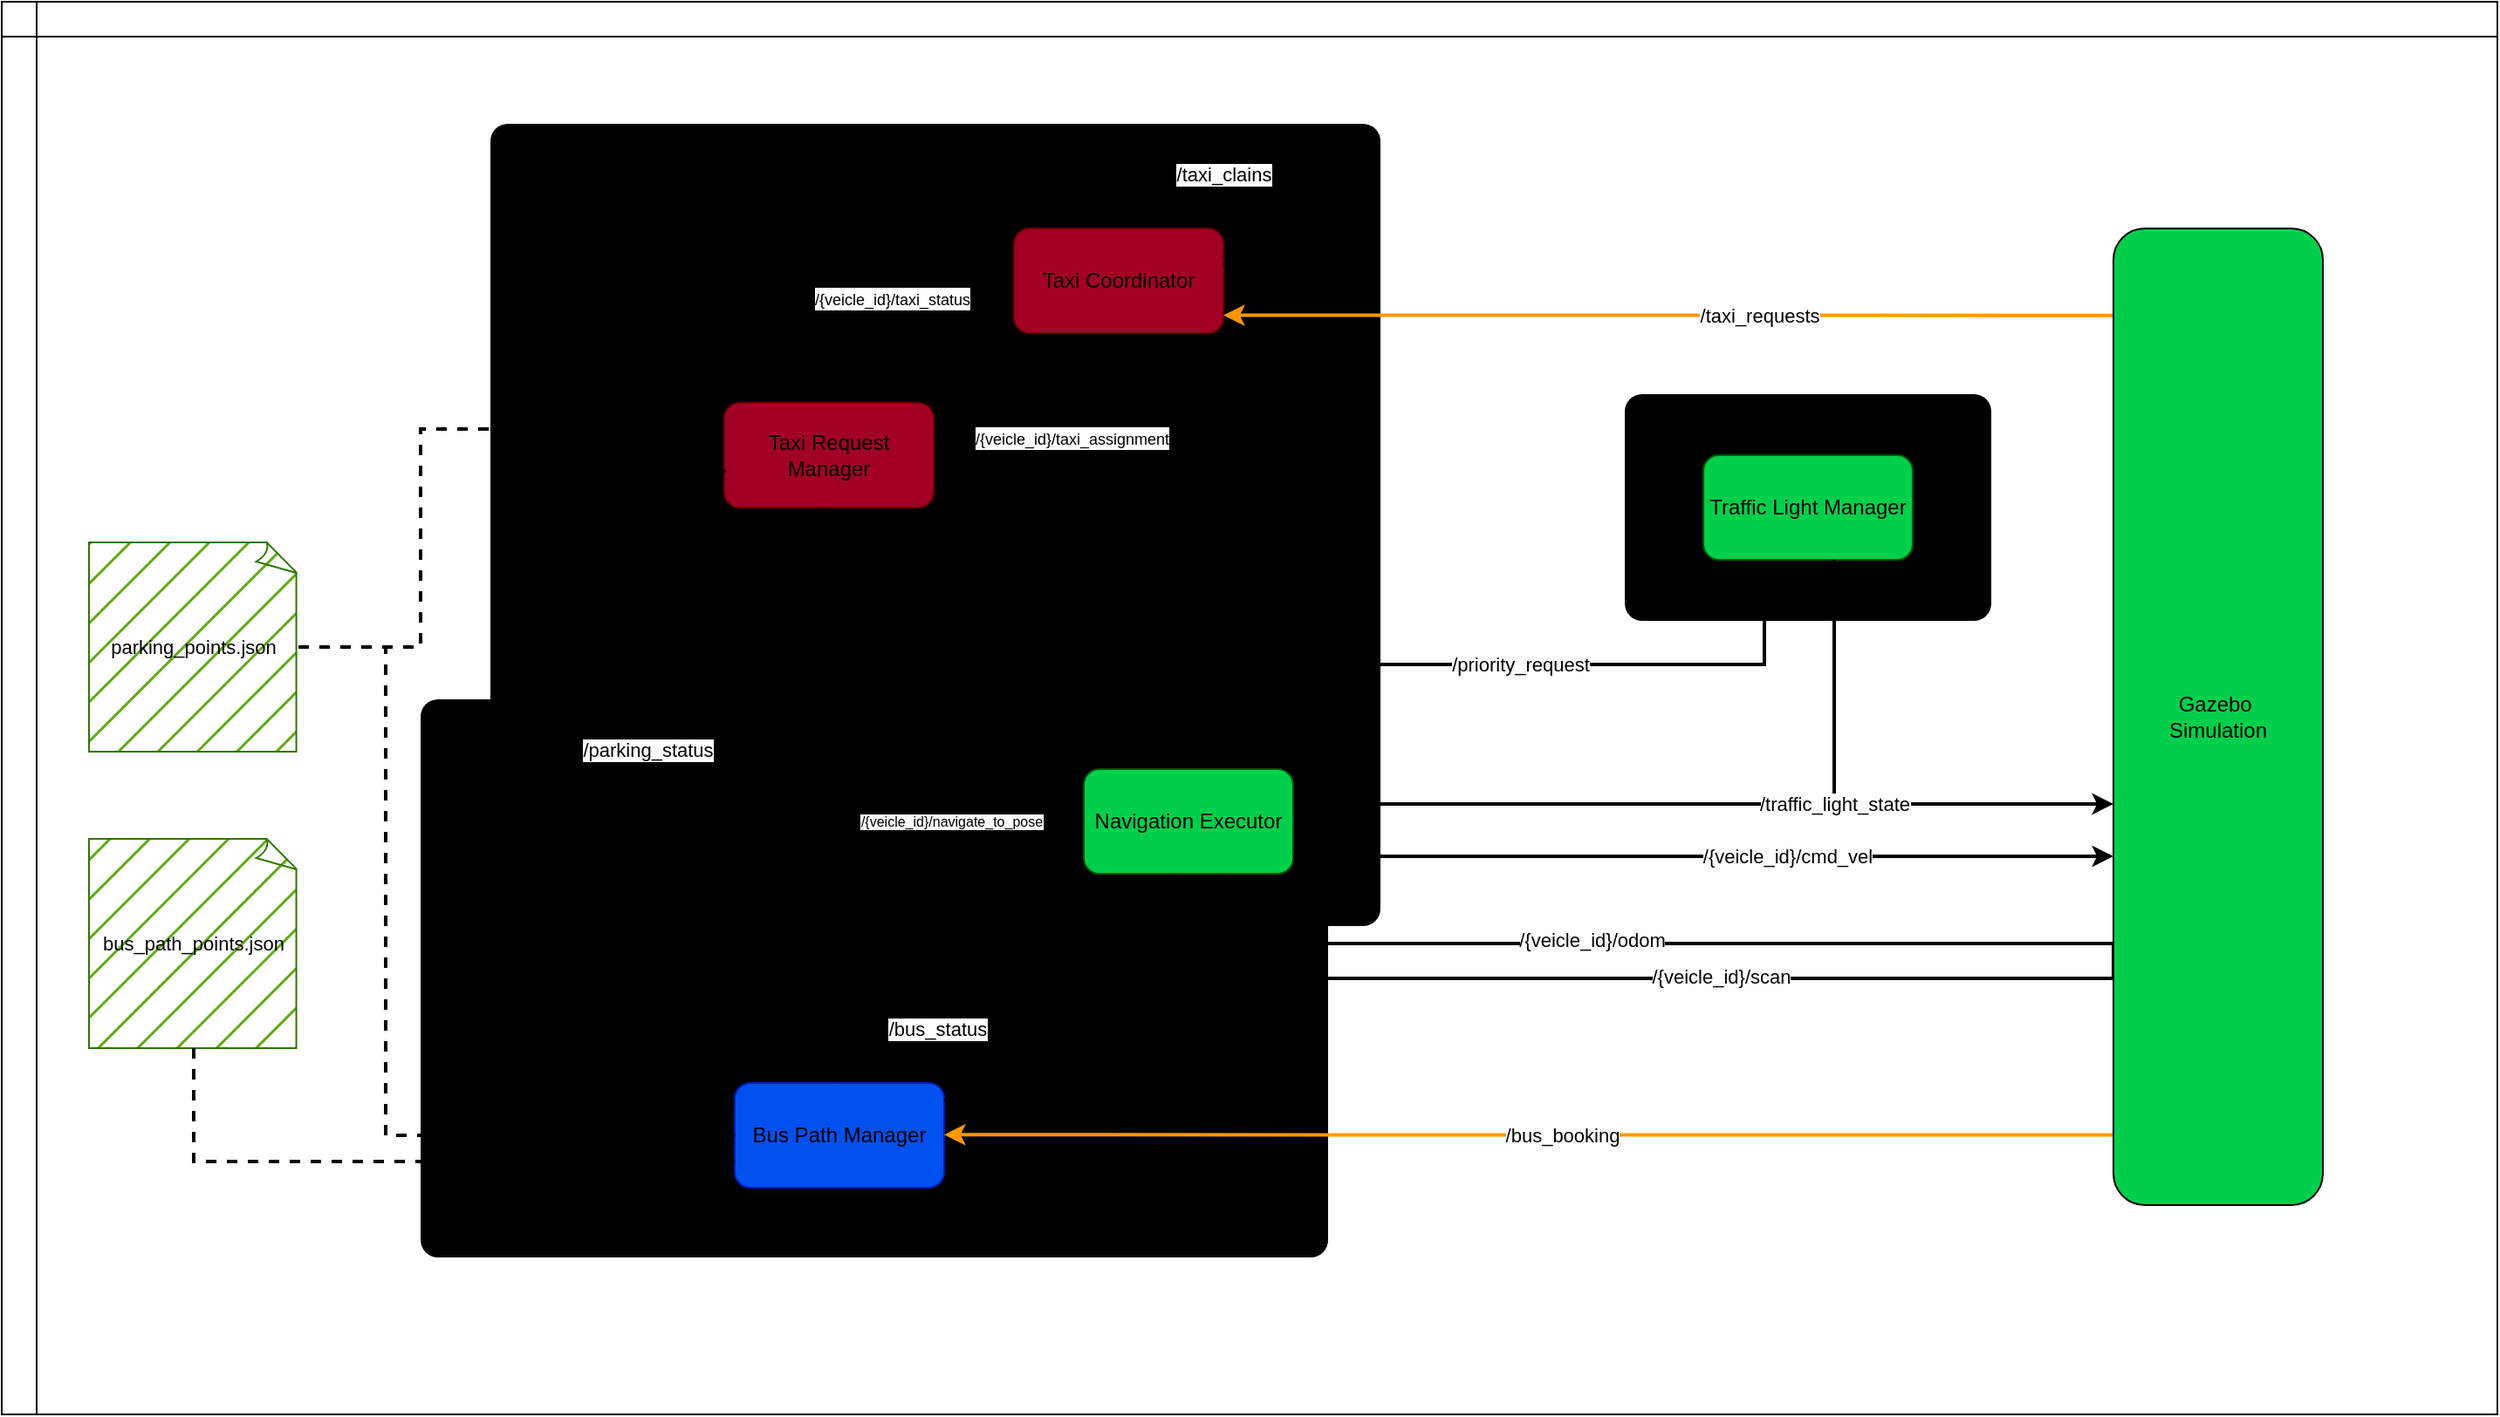
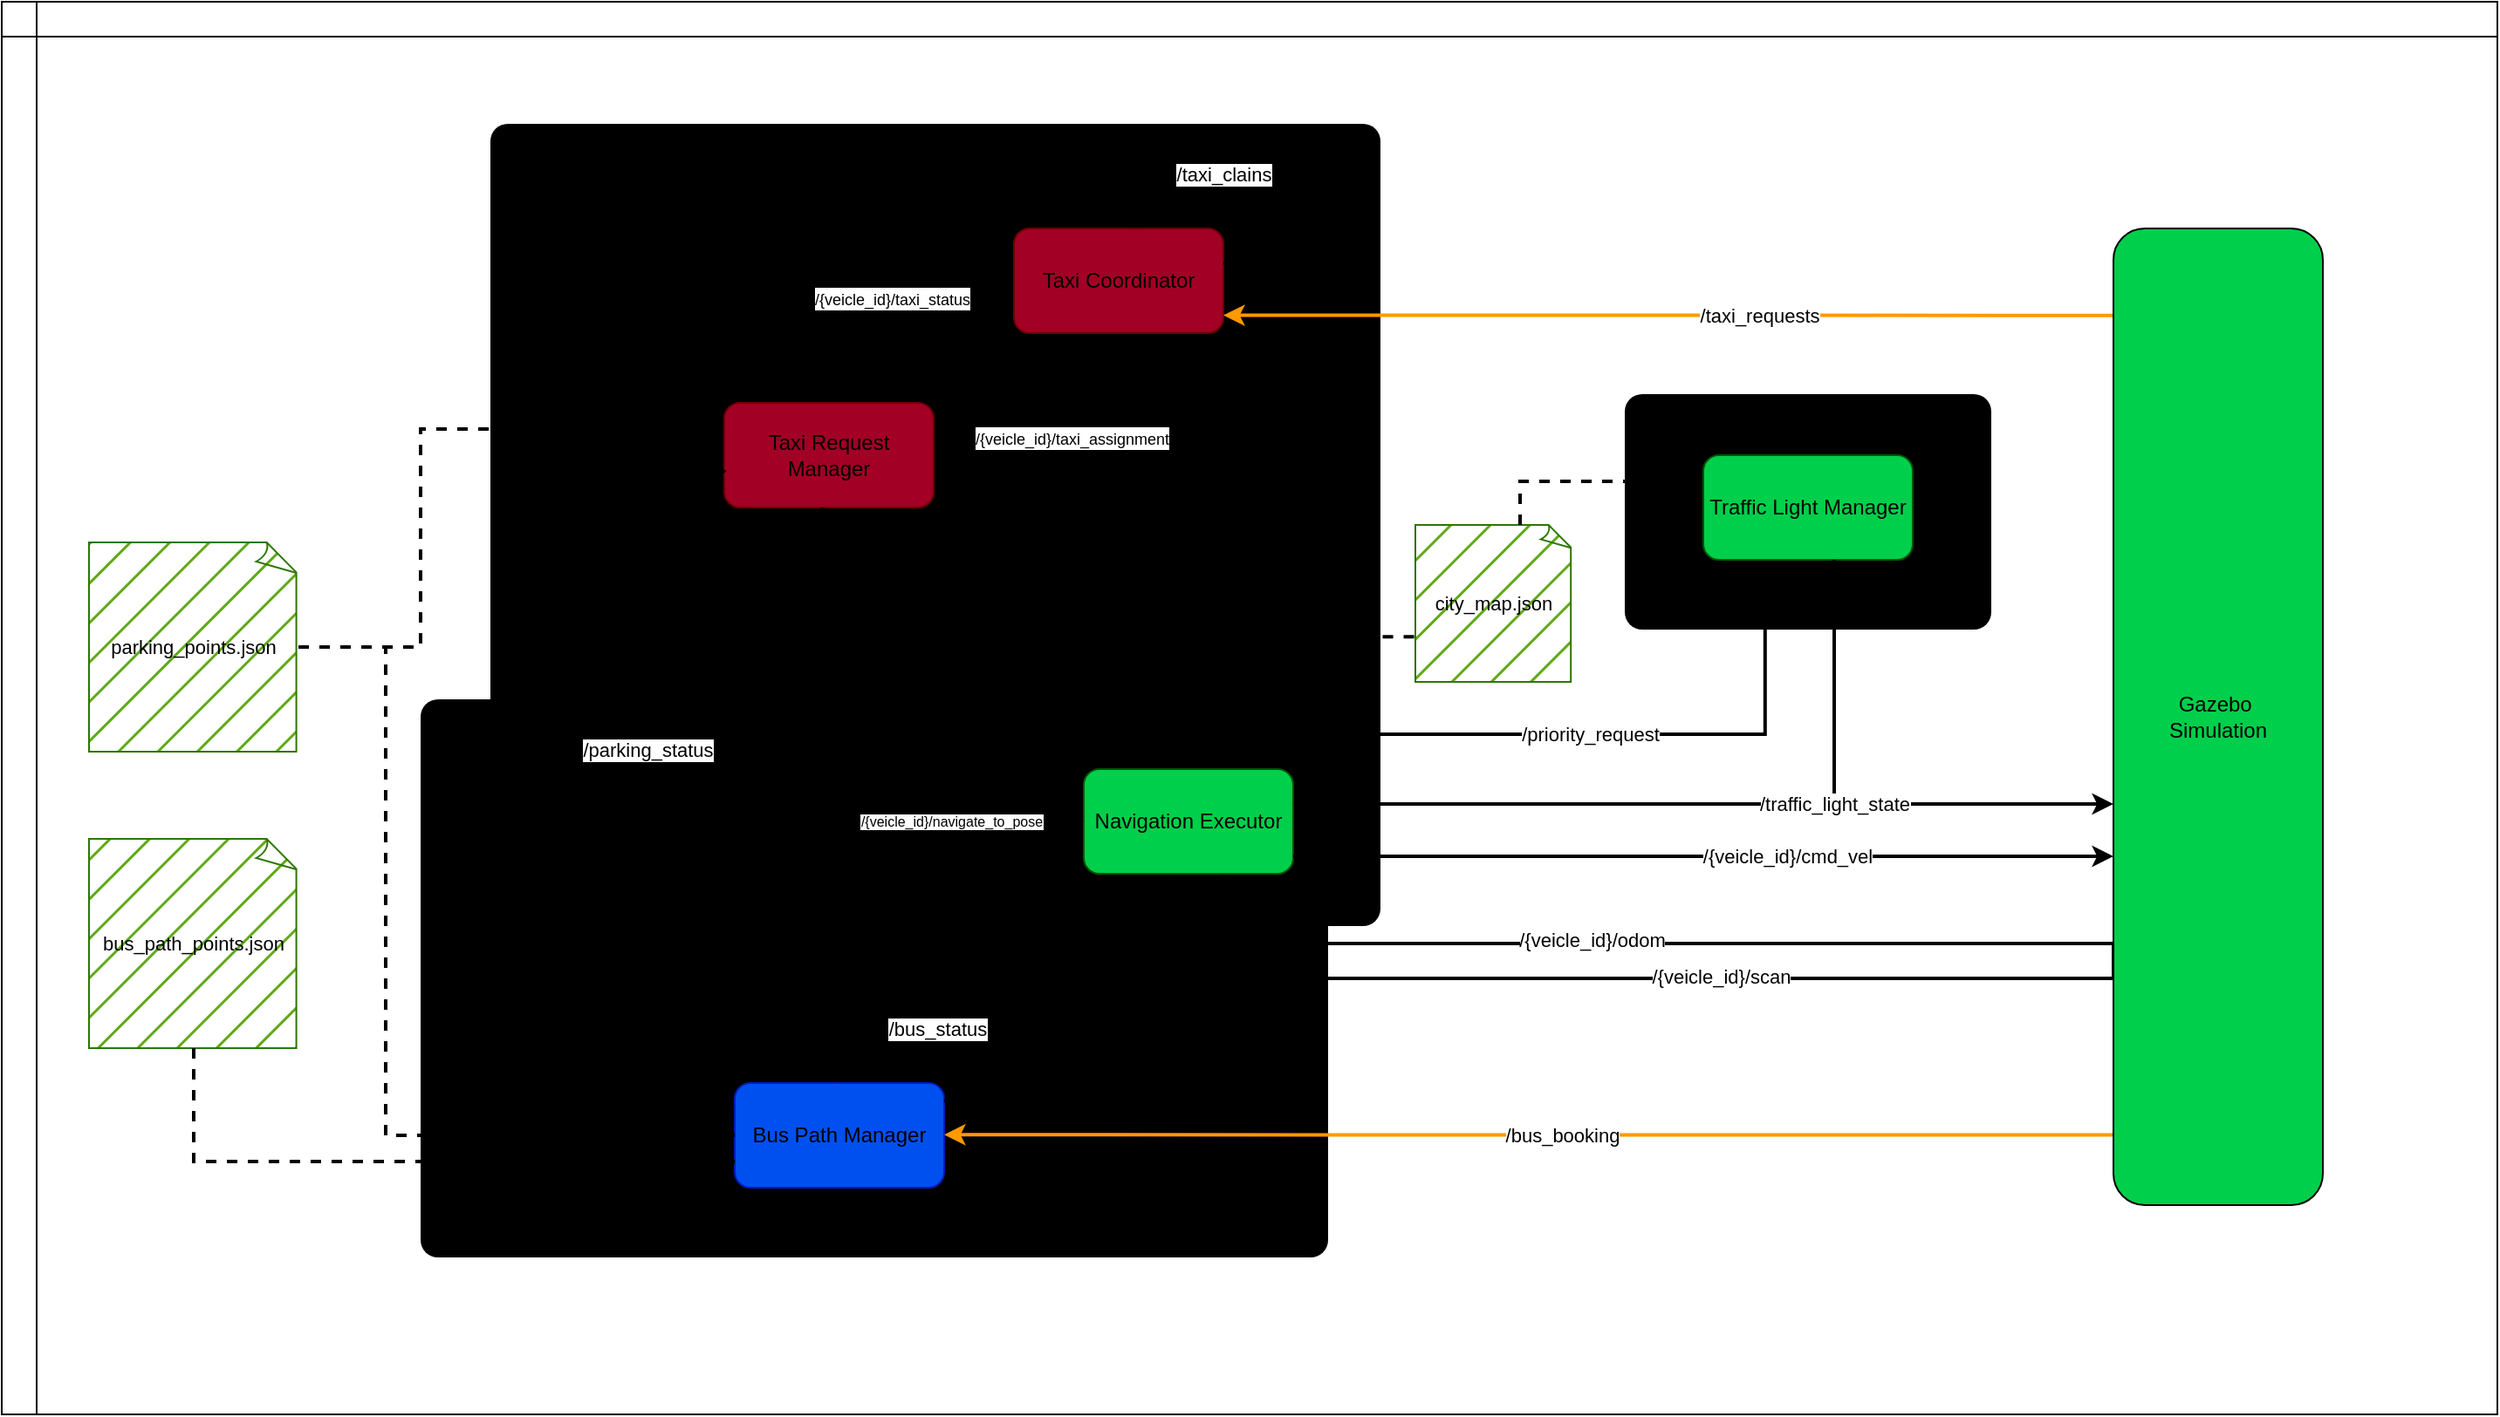
<mxfile host="app.diagrams.net">
  <diagram name="Pagina-1" id="BVCX1Z2pZBF1aMxrMhTO">
-     <mxGraphModel dx="2347" dy="1998" grid="1" gridSize="10" guides="1" tooltips="1" connect="1" arrows="1" fold="1" page="1" pageScale="1" pageWidth="827" pageHeight="1169" math="0" shadow="0">
+     <mxGraphModel dx="1686" dy="1638" grid="1" gridSize="10" guides="1" tooltips="1" connect="1" arrows="1" fold="1" page="1" pageScale="1" pageWidth="827" pageHeight="1169" math="0" shadow="0">
      <root>
        <mxCell id="0" />
        <mxCell id="1" parent="0" />
        <mxCell id="iIUiJenkvFwk8aNbWzbr-1" parent="1" style="shape=internalStorage;whiteSpace=wrap;html=1;backgroundOutline=1;strokeColor=light-dark(#000000,#4A4A4A);fillStyle=dots;" value="" vertex="1">
          <mxGeometry height="810" width="1430" x="-120" y="-210" as="geometry" />
        </mxCell>
        <mxCell id="g7s1D-YAluqxc9DfaqjA-5" parent="1" style="html=1;outlineConnect=0;whiteSpace=wrap;fillColor=light-dark(#000000,#4421CF);shape=mxgraph.archimate3.application;appType=workPackage;archiType=rounded;fillStyle=cross-hatch;strokeColor=none;" value="" vertex="1">
          <mxGeometry height="460" width="510" x="160" y="-140" as="geometry" />
        </mxCell>
        <mxCell id="g7s1D-YAluqxc9DfaqjA-17" parent="1" style="html=1;outlineConnect=0;whiteSpace=wrap;fillColor=light-dark(#000000,#CF881F);shape=mxgraph.archimate3.application;appType=workPackage;archiType=rounded;fillStyle=cross-hatch;strokeColor=none;" value="" vertex="1">
-           <mxGeometry height="130" width="210" x="810" y="15" as="geometry" />
+           <mxGeometry height="135" width="210" x="810" y="15" as="geometry" />
        </mxCell>
        <mxCell id="g7s1D-YAluqxc9DfaqjA-11" parent="1" style="html=1;outlineConnect=0;whiteSpace=wrap;fillColor=light-dark(#000000,#A82A32);shape=mxgraph.archimate3.application;appType=workPackage;archiType=rounded;fillStyle=cross-hatch;strokeColor=none;" value="" vertex="1">
          <mxGeometry height="320" width="520" x="120" y="190" as="geometry" />
        </mxCell>
        <mxCell id="6hpnGwHNhGZrO45cFF2S-23" edge="1" parent="1" source="6hpnGwHNhGZrO45cFF2S-2" style="edgeStyle=orthogonalEdgeStyle;rounded=0;orthogonalLoop=1;jettySize=auto;html=1;exitX=0.5;exitY=0;exitDx=0;exitDy=0;strokeColor=light-dark(#000000,#FF2B2B);strokeWidth=2;" target="6hpnGwHNhGZrO45cFF2S-5">
          <mxGeometry relative="1" as="geometry">
            <Array as="points">
              <mxPoint x="330" y="430" />
              <mxPoint x="330" y="260" />
            </Array>
          </mxGeometry>
        </mxCell>
        <mxCell id="6hpnGwHNhGZrO45cFF2S-2" parent="1" style="rounded=1;whiteSpace=wrap;html=1;fillColor=#0050ef;fontColor=#ffffff;strokeColor=#001DBC;" value="&lt;font style=&quot;color: light-dark(rgb(0, 0, 0), rgb(0, 0, 0));&quot;&gt;Bus Path Manager&lt;/font&gt;" vertex="1">
          <mxGeometry height="60" width="120" x="300" y="410" as="geometry" />
        </mxCell>
        <mxCell id="6hpnGwHNhGZrO45cFF2S-12" edge="1" parent="1" source="6hpnGwHNhGZrO45cFF2S-3" style="edgeStyle=orthogonalEdgeStyle;rounded=0;orthogonalLoop=1;jettySize=auto;html=1;strokeColor=light-dark(#000000,#2D8ED9);startSize=26;strokeWidth=2;" target="6hpnGwHNhGZrO45cFF2S-4">
          <mxGeometry relative="1" as="geometry">
            <Array as="points">
              <mxPoint x="320" y="-40" />
            </Array>
          </mxGeometry>
        </mxCell>
        <mxCell id="6hpnGwHNhGZrO45cFF2S-16" connectable="0" parent="6hpnGwHNhGZrO45cFF2S-12" style="edgeLabel;html=1;align=center;verticalAlign=middle;resizable=0;points=[];" value="&lt;font style=&quot;font-size: 9px;&quot;&gt;/{veicle_id}/taxi_status&lt;/font&gt;" vertex="1">
          <mxGeometry relative="1" x="0.147" y="2" as="geometry">
            <mxPoint x="15" y="2" as="offset" />
          </mxGeometry>
        </mxCell>
        <mxCell id="6hpnGwHNhGZrO45cFF2S-3" parent="1" style="rounded=1;whiteSpace=wrap;html=1;fillColor=#a20025;fontColor=#ffffff;strokeColor=#6F0000;" value="&lt;span&gt;&lt;font style=&quot;color: light-dark(rgb(0, 0, 0), rgb(0, 0, 0));&quot;&gt;Taxi Request Manager&lt;/font&gt;&lt;/span&gt;" vertex="1">
          <mxGeometry height="60" width="120" x="294" y="20" as="geometry" />
        </mxCell>
        <mxCell id="6hpnGwHNhGZrO45cFF2S-14" edge="1" parent="1" source="6hpnGwHNhGZrO45cFF2S-4" style="edgeStyle=orthogonalEdgeStyle;rounded=0;orthogonalLoop=1;jettySize=auto;html=1;strokeWidth=2;" target="6hpnGwHNhGZrO45cFF2S-3">
          <mxGeometry relative="1" as="geometry">
            <Array as="points">
              <mxPoint x="560" y="40" />
            </Array>
          </mxGeometry>
        </mxCell>
        <mxCell id="6hpnGwHNhGZrO45cFF2S-17" connectable="0" parent="6hpnGwHNhGZrO45cFF2S-14" style="edgeLabel;html=1;align=center;verticalAlign=middle;resizable=0;points=[];" value="&lt;font style=&quot;font-size: 9px;&quot;&gt;/{veicle_id}/taxi_assignment&lt;/font&gt;" vertex="1">
          <mxGeometry relative="1" x="0.1714" as="geometry">
            <mxPoint x="-7" as="offset" />
          </mxGeometry>
        </mxCell>
        <mxCell id="6hpnGwHNhGZrO45cFF2S-4" parent="1" style="rounded=1;whiteSpace=wrap;html=1;fillColor=#a20025;fontColor=#ffffff;strokeColor=#6F0000;" value="&lt;font style=&quot;color: light-dark(rgb(0, 0, 0), rgb(0, 0, 0));&quot;&gt;Taxi Coordinator&lt;/font&gt;" vertex="1">
          <mxGeometry height="60" width="120" x="460" y="-80" as="geometry" />
        </mxCell>
        <mxCell id="6hpnGwHNhGZrO45cFF2S-28" edge="1" parent="1" source="6hpnGwHNhGZrO45cFF2S-5" style="edgeStyle=orthogonalEdgeStyle;rounded=0;orthogonalLoop=1;jettySize=auto;html=1;exitX=0.419;exitY=0.019;exitDx=0;exitDy=0;entryX=0.295;entryY=1.004;entryDx=0;entryDy=0;strokeWidth=2;exitPerimeter=0;entryPerimeter=0;" target="6hpnGwHNhGZrO45cFF2S-6">
          <mxGeometry relative="1" as="geometry">
            <Array as="points">
-               <mxPoint x="550" y="170" />
-               <mxPoint x="890" y="170" />
-               <mxPoint x="890" y="110" />
-               <mxPoint x="890" y="110" />
+               <mxPoint x="550" y="210" />
+               <mxPoint x="890" y="210" />
            </Array>
          </mxGeometry>
        </mxCell>
        <mxCell id="6hpnGwHNhGZrO45cFF2S-29" connectable="0" parent="6hpnGwHNhGZrO45cFF2S-28" style="edgeLabel;html=1;align=center;verticalAlign=middle;resizable=0;points=[];" value="/priority_request" vertex="1">
          <mxGeometry relative="1" x="-0.3889" y="-1" as="geometry">
            <mxPoint x="120" y="-1" as="offset" />
          </mxGeometry>
        </mxCell>
        <mxCell id="6hpnGwHNhGZrO45cFF2S-5" parent="1" style="rounded=1;whiteSpace=wrap;html=1;fillColor=light-dark(#00CF4B,#FCB12F);fontColor=#ffffff;strokeColor=light-dark(#005700,#000000);" value="&lt;font style=&quot;color: light-dark(rgb(0, 0, 0), rgb(0, 0, 0));&quot;&gt;Navigation Executor&lt;/font&gt;" vertex="1">
          <mxGeometry height="60" width="120" x="500" y="230" as="geometry" />
        </mxCell>
        <mxCell id="6hpnGwHNhGZrO45cFF2S-27" edge="1" parent="1" source="6hpnGwHNhGZrO45cFF2S-6" style="edgeStyle=orthogonalEdgeStyle;rounded=0;orthogonalLoop=1;jettySize=auto;html=1;exitX=0.639;exitY=1;exitDx=0;exitDy=0;strokeWidth=2;exitPerimeter=0;" target="6hpnGwHNhGZrO45cFF2S-5">
          <mxGeometry relative="1" as="geometry">
            <Array as="points">
              <mxPoint x="930" y="90" />
              <mxPoint x="930" y="250" />
            </Array>
          </mxGeometry>
        </mxCell>
        <mxCell id="6hpnGwHNhGZrO45cFF2S-6" parent="1" style="rounded=1;whiteSpace=wrap;html=1;fillColor=light-dark(#00CF4B,#FFF466);fontColor=#ffffff;strokeColor=light-dark(#005700,#000000);fillStyle=auto;" value="&lt;font style=&quot;color: light-dark(rgb(0, 0, 0), rgb(0, 0, 0));&quot;&gt;Traffic Light Manager&lt;/font&gt;" vertex="1">
          <mxGeometry height="60" width="120" x="855" y="50" as="geometry" />
        </mxCell>
        <mxCell id="6hpnGwHNhGZrO45cFF2S-19" edge="1" parent="1" source="6hpnGwHNhGZrO45cFF2S-7" style="edgeStyle=orthogonalEdgeStyle;rounded=0;orthogonalLoop=1;jettySize=auto;html=1;exitX=0.083;exitY=0.089;exitDx=0;exitDy=0;strokeColor=light-dark(#FF9900,#FFFFFF);strokeWidth=2;exitPerimeter=0;" target="6hpnGwHNhGZrO45cFF2S-4">
          <mxGeometry relative="1" as="geometry">
            <Array as="points">
              <mxPoint x="840" y="-30" />
              <mxPoint x="840" y="-30" />
            </Array>
            <mxPoint x="1090" y="50" as="sourcePoint" />
            <mxPoint x="690" y="-30" as="targetPoint" />
          </mxGeometry>
        </mxCell>
        <mxCell id="6hpnGwHNhGZrO45cFF2S-20" connectable="0" parent="6hpnGwHNhGZrO45cFF2S-19" style="edgeLabel;html=1;align=center;verticalAlign=middle;resizable=0;points=[];" value="/taxi_requests" vertex="1">
          <mxGeometry relative="1" x="0.5062" as="geometry">
            <mxPoint x="178" as="offset" />
          </mxGeometry>
        </mxCell>
        <mxCell id="6hpnGwHNhGZrO45cFF2S-31" edge="1" parent="1" style="edgeStyle=orthogonalEdgeStyle;rounded=0;orthogonalLoop=1;jettySize=auto;html=1;strokeColor=light-dark(#FF9900,#FFFFFF);entryX=1;entryY=0.333;entryDx=0;entryDy=0;entryPerimeter=0;strokeWidth=2;">
          <mxGeometry relative="1" as="geometry">
            <Array as="points">
              <mxPoint x="760" y="439.69" />
              <mxPoint x="760" y="439.69" />
            </Array>
            <mxPoint x="1090" y="439.69" as="sourcePoint" />
            <mxPoint x="420" y="439.67" as="targetPoint" />
          </mxGeometry>
        </mxCell>
        <mxCell id="6hpnGwHNhGZrO45cFF2S-32" connectable="0" parent="6hpnGwHNhGZrO45cFF2S-31" style="edgeLabel;html=1;align=center;verticalAlign=middle;resizable=0;points=[];" value="/bus_booking" vertex="1">
          <mxGeometry relative="1" x="0.3" y="2" as="geometry">
            <mxPoint x="119" y="-2" as="offset" />
          </mxGeometry>
        </mxCell>
        <mxCell id="6hpnGwHNhGZrO45cFF2S-48" edge="1" parent="1" source="6hpnGwHNhGZrO45cFF2S-7" style="edgeStyle=orthogonalEdgeStyle;rounded=0;orthogonalLoop=1;jettySize=auto;html=1;exitX=0;exitY=0.75;exitDx=0;exitDy=0;strokeWidth=2;" target="6hpnGwHNhGZrO45cFF2S-5">
          <mxGeometry relative="1" as="geometry">
            <Array as="points">
              <mxPoint x="1090" y="330" />
              <mxPoint x="580" y="330" />
            </Array>
          </mxGeometry>
        </mxCell>
        <mxCell id="6hpnGwHNhGZrO45cFF2S-49" connectable="0" parent="6hpnGwHNhGZrO45cFF2S-48" style="edgeLabel;html=1;align=center;verticalAlign=middle;resizable=0;points=[];" value="/{veicle_id}/odom" vertex="1">
          <mxGeometry relative="1" x="0.0857" y="-2" as="geometry">
            <mxPoint x="-5" as="offset" />
          </mxGeometry>
        </mxCell>
        <mxCell id="g7s1D-YAluqxc9DfaqjA-9" edge="1" parent="1" source="6hpnGwHNhGZrO45cFF2S-7" style="edgeStyle=orthogonalEdgeStyle;rounded=0;orthogonalLoop=1;jettySize=auto;html=1;exitX=0;exitY=0.75;exitDx=0;exitDy=0;strokeWidth=2;" target="6hpnGwHNhGZrO45cFF2S-5">
          <mxGeometry relative="1" as="geometry">
            <Array as="points">
              <mxPoint x="1090" y="350" />
              <mxPoint x="550" y="350" />
            </Array>
          </mxGeometry>
        </mxCell>
        <mxCell id="g7s1D-YAluqxc9DfaqjA-10" connectable="0" parent="g7s1D-YAluqxc9DfaqjA-9" style="edgeLabel;html=1;align=center;verticalAlign=middle;resizable=0;points=[];" value="/{veicle_id}/scan" vertex="1">
          <mxGeometry relative="1" x="-0.1125" y="-1" as="geometry">
            <mxPoint x="35" as="offset" />
          </mxGeometry>
        </mxCell>
        <mxCell id="6hpnGwHNhGZrO45cFF2S-7" parent="1" style="rounded=1;whiteSpace=wrap;html=1;fillColor=light-dark(#00CF4B,#9866BA);fontColor=#ffffff;strokeColor=light-dark(#000000,#D5E8D4);" value="&lt;font style=&quot;color: light-dark(rgb(0, 0, 0), rgb(0, 0, 0));&quot;&gt;Gazebo&amp;nbsp;&lt;/font&gt;&lt;div&gt;&lt;font style=&quot;color: light-dark(rgb(0, 0, 0), rgb(0, 0, 0));&quot;&gt;Simulation&lt;/font&gt;&lt;/div&gt;" vertex="1">
          <mxGeometry height="560" width="120" x="1090" y="-80" as="geometry" />
        </mxCell>
        <mxCell id="6hpnGwHNhGZrO45cFF2S-24" edge="1" parent="1" source="6hpnGwHNhGZrO45cFF2S-6" style="edgeStyle=orthogonalEdgeStyle;rounded=0;orthogonalLoop=1;jettySize=auto;html=1;strokeWidth=2;" target="6hpnGwHNhGZrO45cFF2S-7">
          <mxGeometry relative="1" as="geometry">
            <Array as="points">
              <mxPoint x="930" y="250" />
            </Array>
            <mxPoint x="940" y="150" as="sourcePoint" />
            <mxPoint x="990" y="250" as="targetPoint" />
          </mxGeometry>
        </mxCell>
        <mxCell id="6hpnGwHNhGZrO45cFF2S-25" connectable="0" parent="6hpnGwHNhGZrO45cFF2S-24" style="edgeLabel;html=1;align=center;verticalAlign=middle;resizable=0;points=[];" value="/traffic_light_state" vertex="1">
          <mxGeometry relative="1" x="-0.7887" y="2" as="geometry">
            <mxPoint x="-2" y="108" as="offset" />
          </mxGeometry>
        </mxCell>
        <mxCell id="6hpnGwHNhGZrO45cFF2S-34" edge="1" parent="1" style="edgeStyle=orthogonalEdgeStyle;rounded=0;orthogonalLoop=1;jettySize=auto;html=1;strokeWidth=2;">
          <mxGeometry relative="1" as="geometry">
            <Array as="points">
              <mxPoint x="620" y="280" />
              <mxPoint x="1090" y="280" />
            </Array>
            <mxPoint x="620" y="280" as="sourcePoint" />
            <mxPoint x="1090" y="280" as="targetPoint" />
          </mxGeometry>
        </mxCell>
        <mxCell id="6hpnGwHNhGZrO45cFF2S-35" connectable="0" parent="6hpnGwHNhGZrO45cFF2S-34" style="edgeLabel;html=1;align=center;verticalAlign=middle;resizable=0;points=[];" value="/{veicle_id}/cmd_vel" vertex="1">
          <mxGeometry relative="1" x="-0.0542" y="-2" as="geometry">
            <mxPoint x="60" y="-2" as="offset" />
          </mxGeometry>
        </mxCell>
        <mxCell id="g7s1D-YAluqxc9DfaqjA-6" edge="1" parent="1" style="edgeStyle=orthogonalEdgeStyle;rounded=0;orthogonalLoop=1;jettySize=auto;html=1;strokeWidth=2;" target="6hpnGwHNhGZrO45cFF2S-4">
          <mxGeometry relative="1" as="geometry">
            <Array as="points">
              <mxPoint x="630" y="-60" />
              <mxPoint x="630" y="-110" />
              <mxPoint x="530" y="-110" />
            </Array>
            <mxPoint x="580" y="-60" as="sourcePoint" />
          </mxGeometry>
        </mxCell>
        <mxCell id="g7s1D-YAluqxc9DfaqjA-7" connectable="0" parent="g7s1D-YAluqxc9DfaqjA-6" style="edgeLabel;html=1;align=center;verticalAlign=middle;resizable=0;points=[];" value="/taxi_clains" vertex="1">
          <mxGeometry relative="1" x="0.2002" y="-1" as="geometry">
            <mxPoint x="-12" as="offset" />
          </mxGeometry>
        </mxCell>
        <mxCell id="g7s1D-YAluqxc9DfaqjA-12" edge="1" parent="1" style="edgeStyle=orthogonalEdgeStyle;rounded=0;orthogonalLoop=1;jettySize=auto;html=1;strokeColor=light-dark(#000000,#FF2B2B);strokeWidth=2;" target="6hpnGwHNhGZrO45cFF2S-5" value="">
          <mxGeometry relative="1" as="geometry">
            <Array as="points">
              <mxPoint x="350" y="80" />
              <mxPoint x="350" y="260" />
            </Array>
            <mxPoint x="350" y="80" as="sourcePoint" />
            <mxPoint x="500" y="260" as="targetPoint" />
          </mxGeometry>
        </mxCell>
        <mxCell id="g7s1D-YAluqxc9DfaqjA-14" connectable="0" parent="g7s1D-YAluqxc9DfaqjA-12" style="edgeLabel;html=1;align=center;verticalAlign=middle;resizable=0;points=[];fontSize=8;" value="&lt;span&gt;/{veicle_id}/navigate_to_pose&lt;/span&gt;" vertex="1">
          <mxGeometry relative="1" x="0.3854" as="geometry">
            <mxPoint x="25" as="offset" />
          </mxGeometry>
        </mxCell>
        <mxCell id="g7s1D-YAluqxc9DfaqjA-15" edge="1" parent="1" style="edgeStyle=orthogonalEdgeStyle;rounded=0;orthogonalLoop=1;jettySize=auto;html=1;strokeWidth=2;" target="6hpnGwHNhGZrO45cFF2S-2">
          <mxGeometry relative="1" as="geometry">
            <Array as="points">
              <mxPoint x="470" y="420" />
              <mxPoint x="470" y="380" />
              <mxPoint x="360" y="380" />
            </Array>
            <mxPoint x="420" y="420" as="sourcePoint" />
          </mxGeometry>
        </mxCell>
        <mxCell id="g7s1D-YAluqxc9DfaqjA-16" connectable="0" parent="g7s1D-YAluqxc9DfaqjA-15" style="edgeLabel;html=1;align=center;verticalAlign=middle;resizable=0;points=[];" value="/bus_status" vertex="1">
          <mxGeometry relative="1" x="0.2578" y="-1" as="geometry">
            <mxPoint as="offset" />
          </mxGeometry>
        </mxCell>
        <mxCell id="g7s1D-YAluqxc9DfaqjA-18" edge="1" parent="1" source="6hpnGwHNhGZrO45cFF2S-2" style="endArrow=classic;startArrow=classic;html=1;rounded=0;exitX=0;exitY=0.25;exitDx=0;exitDy=0;strokeWidth=2;entryX=0.013;entryY=0.653;entryDx=0;entryDy=0;entryPerimeter=0;" target="6hpnGwHNhGZrO45cFF2S-3" value="">
          <mxGeometry height="50" relative="1" width="50" as="geometry">
            <Array as="points">
              <mxPoint x="260" y="425" />
              <mxPoint x="240" y="425" />
              <mxPoint x="240" y="240" />
              <mxPoint x="240" y="60" />
            </Array>
            <mxPoint x="560" y="180" as="sourcePoint" />
            <mxPoint x="280" y="60" as="targetPoint" />
          </mxGeometry>
        </mxCell>
        <mxCell id="g7s1D-YAluqxc9DfaqjA-19" connectable="0" parent="g7s1D-YAluqxc9DfaqjA-18" style="edgeLabel;html=1;align=center;verticalAlign=middle;resizable=0;points=[];" value="/parking_status" vertex="1">
          <mxGeometry relative="1" x="0.1083" y="-2" as="geometry">
            <mxPoint x="8" as="offset" />
          </mxGeometry>
        </mxCell>
        <mxCell id="4LP_xS3Fy_b9QzW3Qc3S-1" parent="1" style="whiteSpace=wrap;html=1;shape=mxgraph.basic.document;fillStyle=hatch;fillColor=#60a917;fontColor=#ffffff;strokeColor=#2D7600;" value="&lt;font style=&quot;color: light-dark(rgb(0, 0, 0), rgb(255, 255, 255)); font-size: 11px;&quot;&gt;parking_points.json&lt;/font&gt;" vertex="1">
          <mxGeometry height="120" width="120" x="-70" y="100" as="geometry" />
        </mxCell>
        <mxCell id="4LP_xS3Fy_b9QzW3Qc3S-2" parent="1" style="whiteSpace=wrap;html=1;shape=mxgraph.basic.document;fillStyle=hatch;fillColor=#60a917;fontColor=#ffffff;strokeColor=#2D7600;" value="&lt;font style=&quot;color: light-dark(rgb(0, 0, 0), rgb(255, 255, 255)); font-size: 11px;&quot;&gt;bus_path_points.json&lt;/font&gt;" vertex="1">
          <mxGeometry height="120" width="120" x="-70" y="270" as="geometry" />
        </mxCell>
        <mxCell id="4LP_xS3Fy_b9QzW3Qc3S-3" edge="1" parent="1" source="4LP_xS3Fy_b9QzW3Qc3S-2" style="endArrow=none;dashed=1;html=1;rounded=0;exitX=0.5;exitY=1;exitDx=0;exitDy=0;exitPerimeter=0;entryX=0;entryY=0.75;entryDx=0;entryDy=0;strokeWidth=2;" target="6hpnGwHNhGZrO45cFF2S-2" value="">
          <mxGeometry height="50" relative="1" width="50" as="geometry">
            <Array as="points">
              <mxPoint x="-10" y="455" />
            </Array>
            <mxPoint x="250" y="250" as="sourcePoint" />
            <mxPoint x="300" y="200" as="targetPoint" />
          </mxGeometry>
        </mxCell>
        <mxCell id="4LP_xS3Fy_b9QzW3Qc3S-4" edge="1" parent="1" source="4LP_xS3Fy_b9QzW3Qc3S-1" style="endArrow=none;dashed=1;html=1;rounded=0;exitX=1;exitY=0.5;exitDx=0;exitDy=0;exitPerimeter=0;entryX=0;entryY=0.25;entryDx=0;entryDy=0;strokeWidth=2;" target="6hpnGwHNhGZrO45cFF2S-3" value="">
          <mxGeometry height="50" relative="1" width="50" as="geometry">
            <Array as="points">
              <mxPoint x="120" y="160" />
              <mxPoint x="120" y="35" />
            </Array>
            <mxPoint x="190" y="380" as="sourcePoint" />
            <mxPoint x="240" y="330" as="targetPoint" />
          </mxGeometry>
        </mxCell>
        <mxCell id="4LP_xS3Fy_b9QzW3Qc3S-5" edge="1" parent="1" source="4LP_xS3Fy_b9QzW3Qc3S-1" style="endArrow=none;dashed=1;html=1;rounded=0;exitX=1;exitY=0.5;exitDx=0;exitDy=0;exitPerimeter=0;entryX=0;entryY=0.5;entryDx=0;entryDy=0;strokeWidth=2;" target="6hpnGwHNhGZrO45cFF2S-2" value="">
          <mxGeometry height="50" relative="1" width="50" as="geometry">
            <Array as="points">
              <mxPoint x="100" y="160" />
              <mxPoint x="100" y="440" />
            </Array>
            <mxPoint x="190" y="250" as="sourcePoint" />
            <mxPoint x="240" y="200" as="targetPoint" />
          </mxGeometry>
        </mxCell>
+         <mxCell id="g5tclHRCQpBKyVJS4hYi-1" parent="1" style="whiteSpace=wrap;html=1;shape=mxgraph.basic.document;fillStyle=hatch;fillColor=#60a917;fontColor=#ffffff;strokeColor=#2D7600;" value="&lt;font style=&quot;color: light-dark(rgb(0, 0, 0), rgb(255, 255, 255)); font-size: 11px;&quot;&gt;city_map.json&lt;/font&gt;" vertex="1">
+           <mxGeometry height="90" width="90" x="690" y="90" as="geometry" />
+         </mxCell>
+         <mxCell id="g5tclHRCQpBKyVJS4hYi-2" edge="1" parent="1" style="endArrow=none;dashed=1;html=1;rounded=0;entryX=0;entryY=0.25;entryDx=0;entryDy=0;strokeWidth=2;" target="6hpnGwHNhGZrO45cFF2S-6" value="">
+           <mxGeometry height="50" relative="1" width="50" as="geometry">
+             <Array as="points">
+               <mxPoint x="750" y="65" />
+             </Array>
+             <mxPoint x="750" y="90" as="sourcePoint" />
+             <mxPoint x="590" y="80" as="targetPoint" />
+           </mxGeometry>
+         </mxCell>
+         <mxCell id="g5tclHRCQpBKyVJS4hYi-3" edge="1" parent="1" source="g5tclHRCQpBKyVJS4hYi-1" style="endArrow=none;dashed=1;html=1;rounded=0;entryX=0.25;entryY=0;entryDx=0;entryDy=0;strokeWidth=2;exitX=-0.008;exitY=0.713;exitDx=0;exitDy=0;exitPerimeter=0;" target="6hpnGwHNhGZrO45cFF2S-5" value="">
+           <mxGeometry height="50" relative="1" width="50" as="geometry">
+             <Array as="points">
+               <mxPoint x="530" y="154" />
+             </Array>
+             <mxPoint x="540" y="130" as="sourcePoint" />
+             <mxPoint x="590" y="80" as="targetPoint" />
+           </mxGeometry>
+         </mxCell>
      </root>
    </mxGraphModel>
  </diagram>
</mxfile>
